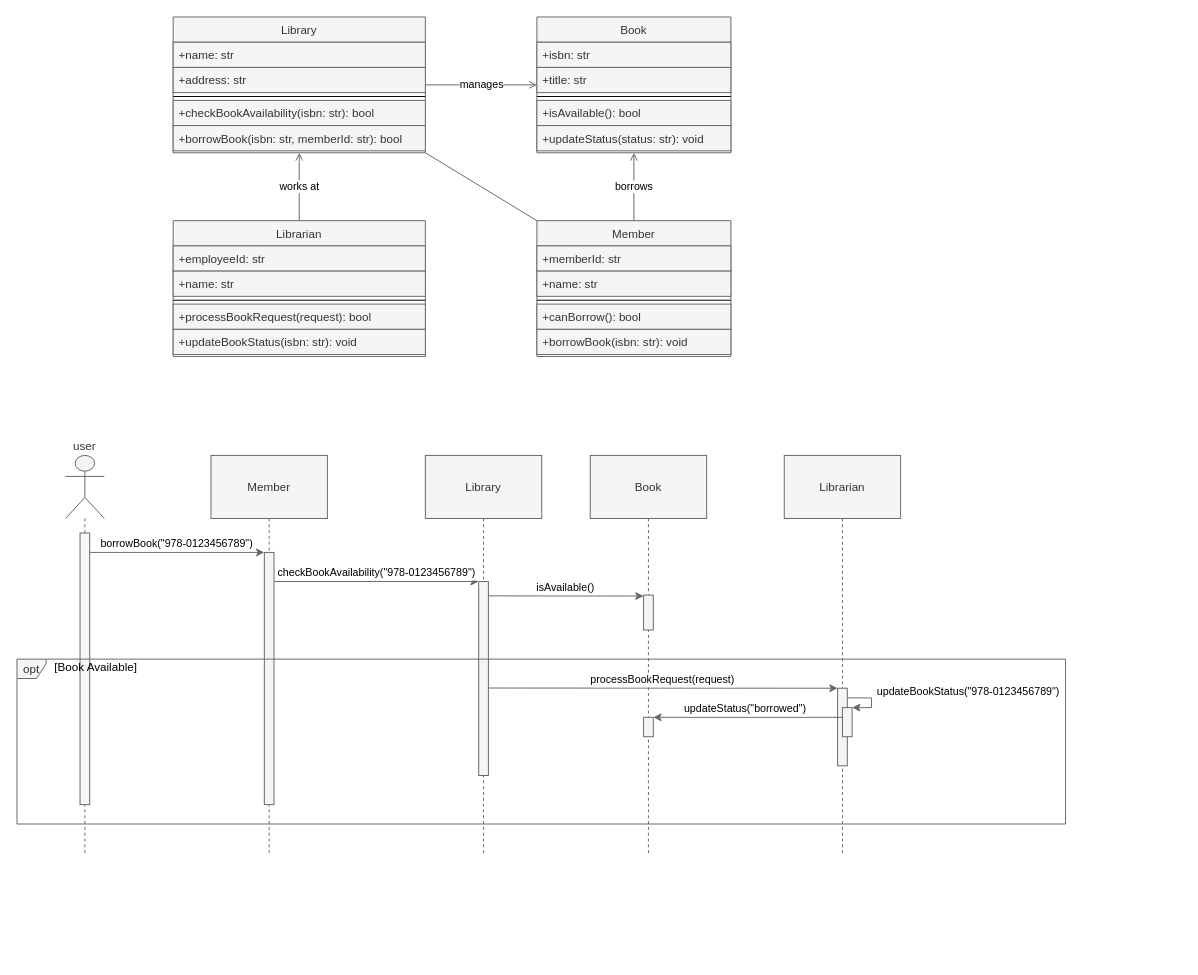
This is diagrams/examples/fragments_examples/opt_02.2.drawio from kkubinova/drawio_plugin, a draw.io file, before an edit. Source tidied: cells renumbered, new cells numbered last; positions are measured from the earlier drawing's top-left corner, leaving out a move shared by most shapes. Both pictures are drawn from the tidied source at 97%, with x=0, y=0 at pixel (16, 16).
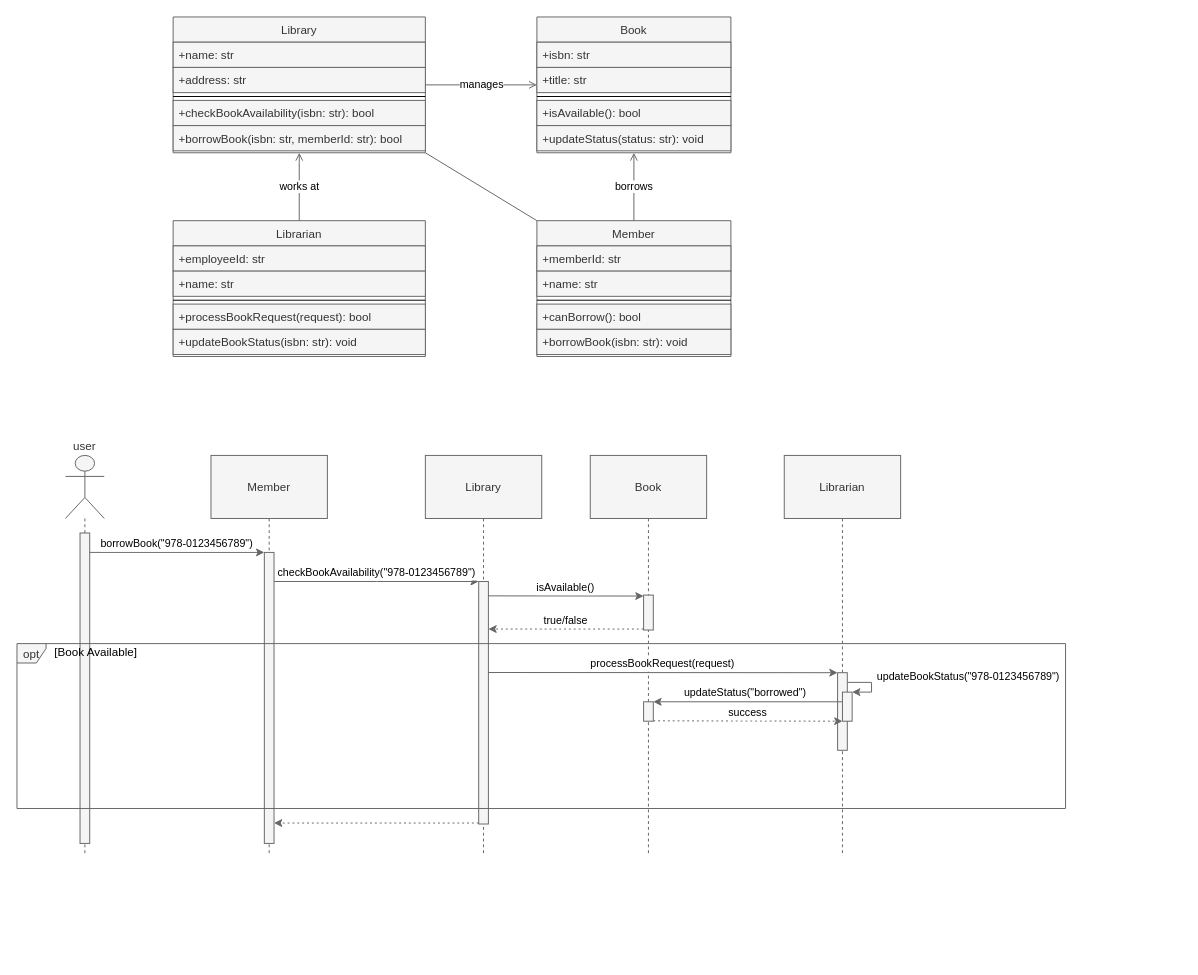
The same page after the edit.

Unchanged cells that the change refers to:
```xml
<mxCell id="39" style="points=[];perimeter=orthogonalPerimeter;outlineConnect=0;targetShapes=umlLifeline;portConstraint=eastwest;fillColor=#f5f5f5;fontColor=#333333;strokeColor=#666666;" parent="38" vertex="1">
  <mxGeometry x="55" y="144" width="10" height="36" as="geometry" />
</mxCell>
```

Change to the diagram source:
```diff
@@
     <mxCell id="31" style="group;fillColor=none;" parent="30" vertex="1">
-      <mxGeometry x="1" y="420" width="1080" height="550" as="geometry" />
+      <mxGeometry x="120" y="420" width="1080" height="550" as="geometry" />
     </mxCell>
     <mxCell id="32" value="user" style="shape=umlLifeline;perimeter=lifelinePerimeter;whiteSpace=wrap;participant=umlActor;verticalAlign=bottom;labelPosition=center;verticalLabelPosition=top;align=center;size=65;fillColor=#f5f5f5;fontColor=#333333;strokeColor=#666666;" parent="31" vertex="1">
-      <mxGeometry x="49" y="32" width="40" height="410" as="geometry" />
+      <mxGeometry x="-70" y="32" width="40" height="410" as="geometry" />
     </mxCell>
     <mxCell id="33" style="perimeter=orthogonalPerimeter;targetShapes=umlLifeline;fillColor=#f5f5f5;fontColor=#333333;strokeColor=#666666;" parent="32" vertex="1">
-      <mxGeometry x="15" y="80" width="10" height="280" as="geometry" />
+      <mxGeometry x="15" y="80" width="10" height="320" as="geometry" />
     </mxCell>
     <mxCell id="34" value="Member" style="shape=umlLifeline;perimeter=lifelinePerimeter;whiteSpace=wrap;size=65;fillColor=#f5f5f5;fontColor=#333333;strokeColor=#666666;" parent="31" vertex="1">
-      <mxGeometry x="199" y="32" width="120" height="410" as="geometry" />
+      <mxGeometry x="80" y="32" width="120" height="410" as="geometry" />
     </mxCell>
     <mxCell id="35" style="perimeter=orthogonalPerimeter;targetShapes=umlLifeline;fillColor=#f5f5f5;fontColor=#333333;strokeColor=#666666;" parent="34" vertex="1">
-      <mxGeometry x="55" y="100" width="10" height="260" as="geometry" />
+      <mxGeometry x="55" y="100" width="10" height="300" as="geometry" />
     </mxCell>
     <mxCell id="36" value="Library" style="shape=umlLifeline;perimeter=lifelinePerimeter;whiteSpace=wrap;size=65;fillColor=#f5f5f5;fontColor=#333333;strokeColor=#666666;" parent="31" vertex="1">
-      <mxGeometry x="420" y="32" width="120" height="410" as="geometry" />
+      <mxGeometry x="301" y="32" width="120" height="410" as="geometry" />
     </mxCell>
     <mxCell id="37" style="points=[];perimeter=orthogonalPerimeter;outlineConnect=0;targetShapes=umlLifeline;portConstraint=eastwest;fillColor=#f5f5f5;fontColor=#333333;strokeColor=#666666;" parent="36" vertex="1">
-      <mxGeometry x="55" y="130" width="10" height="200" as="geometry" />
+      <mxGeometry x="55" y="130" width="10" height="250" as="geometry" />
     </mxCell>
     <mxCell id="38" value="Book" style="shape=umlLifeline;perimeter=lifelinePerimeter;whiteSpace=wrap;size=65;fillColor=#f5f5f5;fontColor=#333333;strokeColor=#666666;" parent="31" vertex="1">
-      <mxGeometry x="590" y="32" width="120" height="410" as="geometry" />
+      <mxGeometry x="471" y="32" width="120" height="410" as="geometry" />
     </mxCell>
@@
     <mxCell id="40" value="Librarian" style="shape=umlLifeline;perimeter=lifelinePerimeter;whiteSpace=wrap;size=65;fillColor=#f5f5f5;fontColor=#333333;strokeColor=#666666;" parent="31" vertex="1">
-      <mxGeometry x="790" y="32" width="120" height="410" as="geometry" />
+      <mxGeometry x="671" y="32" width="120" height="410" as="geometry" />
     </mxCell>
     <mxCell id="41" value="borrowBook(&quot;978-0123456789&quot;)" style="verticalAlign=bottom;edgeStyle=elbowEdgeStyle;elbow=vertical;curved=0;rounded=0;endArrow=classic;fillColor=#f5f5f5;strokeColor=#666666;endFill=1;" parent="31" edge="1">
       <mxGeometry relative="1" as="geometry">
-        <mxPoint x="74" y="132" as="sourcePoint" />
-        <mxPoint x="254" y="132" as="targetPoint" />
+        <mxPoint x="-45" y="132" as="sourcePoint" />
+        <mxPoint x="135" y="132" as="targetPoint" />
       </mxGeometry>
     </mxCell>
     <mxCell id="42" value="checkBookAvailability(&quot;978-0123456789&quot;)" style="verticalAlign=bottom;edgeStyle=elbowEdgeStyle;elbow=vertical;curved=0;rounded=0;endArrow=classic;fillColor=#f5f5f5;strokeColor=#666666;endFill=1;" parent="31" edge="1" target="37">
       <mxGeometry relative="1" as="geometry">
-        <mxPoint x="264" y="162" as="sourcePoint" />
+        <mxPoint x="145" y="162" as="sourcePoint" />
       </mxGeometry>
     </mxCell>
     <mxCell id="43" value="isAvailable()" style="verticalAlign=bottom;edgeStyle=elbowEdgeStyle;elbow=vertical;curved=0;rounded=0;endArrow=classic;fillColor=#f5f5f5;strokeColor=#666666;endFill=1;" parent="31" edge="1" target="39">
       <mxGeometry relative="1" as="geometry">
-        <mxPoint x="485" y="176.8" as="sourcePoint" />
+        <mxPoint x="366" y="176.8" as="sourcePoint" />
       </mxGeometry>
     </mxCell>
+    <mxCell id="53" value="true/false" style="verticalAlign=bottom;edgeStyle=elbowEdgeStyle;elbow=vertical;curved=0;rounded=0;dashed=1;dashPattern=2 3;endArrow=classic;fillColor=#f5f5f5;strokeColor=#666666;endFill=1;" parent="31" edge="1" source="39">
+      <mxGeometry relative="1" as="geometry">
+        <mxPoint x="366" y="211.3" as="targetPoint" />
+      </mxGeometry>
+    </mxCell>
     <mxCell id="44" value="processBookRequest(request)" style="verticalAlign=bottom;edgeStyle=elbowEdgeStyle;elbow=vertical;curved=0;rounded=0;endArrow=classic;fillColor=#f5f5f5;strokeColor=#666666;endFill=1;" parent="31" edge="1" target="48">
       <mxGeometry relative="1" as="geometry">
-        <mxPoint x="485" y="271.8" as="sourcePoint" />
+        <mxPoint x="366" y="255.8" as="sourcePoint" />
       </mxGeometry>
     </mxCell>
     <mxCell id="45" value="updateBookStatus(&quot;978-0123456789&quot;)" style="verticalAlign=bottom;edgeStyle=elbowEdgeStyle;rounded=0;endArrow=classic;fillColor=#f5f5f5;strokeColor=#666666;endFill=1;" parent="31" edge="1" target="50">
       <mxGeometry y="100" relative="1" as="geometry">
-        <mxPoint x="855" y="282" as="sourcePoint" />
+        <mxPoint x="736" y="266" as="sourcePoint" />
         <Array as="points">
-          <mxPoint x="880" y="292" />
-          <mxPoint x="880" y="302" />
-          <mxPoint x="870" y="302" />
+          <mxPoint x="761" y="276" />
+          <mxPoint x="761" y="286" />
+          <mxPoint x="751" y="286" />
         </Array>
       </mxGeometry>
     </mxCell>
     <mxCell id="46" value="opt" style="shape=umlFrame;strokeColor=#666666;height=20;width=30;fillColor=#f5f5f5;fontColor=#333333;" parent="31" vertex="1">
-      <mxGeometry x="-1" y="242" width="1081" height="170" as="geometry" />
+      <mxGeometry x="-120" y="226" width="1081" height="170" as="geometry" />
     </mxCell>
@@
     <mxCell id="48" style="points=[];perimeter=orthogonalPerimeter;outlineConnect=0;targetShapes=umlLifeline;portConstraint=eastwest;fillColor=#f5f5f5;fontColor=#333333;strokeColor=#666666;" parent="31" vertex="1">
-      <mxGeometry x="845" y="272" width="10" height="80" as="geometry" />
+      <mxGeometry x="726" y="256" width="10" height="80" as="geometry" />
     </mxCell>
     <mxCell id="49" style="perimeter=orthogonalPerimeter;targetShapes=umlLifeline;fillColor=#f5f5f5;fontColor=#333333;strokeColor=#666666;" parent="31" vertex="1">
-      <mxGeometry x="645" y="302" width="10" height="20" as="geometry" />
+      <mxGeometry x="526" y="286" width="10" height="20" as="geometry" />
     </mxCell>
     <mxCell id="50" style="points=[];perimeter=orthogonalPerimeter;outlineConnect=0;targetShapes=umlLifeline;portConstraint=eastwest;fillColor=#f5f5f5;fontColor=#333333;strokeColor=#666666;" parent="31" vertex="1">
-      <mxGeometry x="850" y="292" width="10" height="30" as="geometry" />
+      <mxGeometry x="731" y="276" width="10" height="30" as="geometry" />
     </mxCell>
     <mxCell id="51" value="updateStatus(&quot;borrowed&quot;)" style="verticalAlign=bottom;edgeStyle=elbowEdgeStyle;elbow=vertical;curved=0;rounded=0;endArrow=classic;fillColor=#f5f5f5;strokeColor=#666666;endFill=1;" parent="31" edge="1">
       <mxGeometry x="0.03" relative="1" as="geometry">
-        <mxPoint x="850" y="302" as="sourcePoint" />
-        <mxPoint x="655" y="302" as="targetPoint" />
+        <mxPoint x="731" y="286" as="sourcePoint" />
+        <mxPoint x="536" y="286" as="targetPoint" />
         <Array as="points">
-          <mxPoint x="760" y="302" />
-          <mxPoint x="690" y="347" />
+          <mxPoint x="641" y="286" />
+          <mxPoint x="571" y="331" />
         </Array>
       </mxGeometry>
     </mxCell>
-    <mxCell id="52" style="rounded=0;orthogonalLoop=1;jettySize=auto;html=1;endArrow=none;endFill=0;strokeColor=#666666;exitX=1;exitY=1;exitDx=0;exitDy=0;entryX=0;entryY=0;entryDx=0;entryDy=0;startArrow=none;startFill=0;" parent="30" edge="1">
-      <mxGeometry relative="1" as="geometry">
-        <mxPoint x="421" y="140" as="sourcePoint" />
-        <mxPoint x="536" y="210" as="targetPoint" />
-      </mxGeometry>
-    </mxCell>
+    <mxCell id="54" value="success" style="verticalAlign=bottom;edgeStyle=elbowEdgeStyle;elbow=vertical;curved=0;rounded=0;dashed=1;dashPattern=2 3;endArrow=classic;fillColor=#f5f5f5;strokeColor=#666666;endFill=1;" parent="31" edge="1">
+      <mxGeometry relative="1" as="geometry">
+        <mxPoint x="536" y="305.6" as="sourcePoint" />
+        <mxPoint x="731" y="305.6" as="targetPoint" />
+      </mxGeometry>
+    </mxCell>
+    <mxCell id="55" style="verticalAlign=bottom;edgeStyle=elbowEdgeStyle;elbow=vertical;curved=0;rounded=0;dashed=1;dashPattern=2 3;endArrow=classic;fillColor=#f5f5f5;strokeColor=#666666;endFill=1;" parent="31" edge="1">
+      <mxGeometry relative="1" as="geometry">
+        <mxPoint x="356" y="411" as="sourcePoint" />
+        <mxPoint x="145" y="411.1" as="targetPoint" />
+      </mxGeometry>
+    </mxCell>
+    <mxCell id="56" style="rounded=0;orthogonalLoop=1;jettySize=auto;html=1;endArrow=none;endFill=0;strokeColor=#666666;exitX=1;exitY=1;exitDx=0;exitDy=0;entryX=0;entryY=0;entryDx=0;entryDy=0;startArrow=none;startFill=0;" parent="30" edge="1">
+      <mxGeometry relative="1" as="geometry">
+        <mxPoint x="421" y="140" as="sourcePoint" />
+        <mxPoint x="536" y="210" as="targetPoint" />
+      </mxGeometry>
+    </mxCell>
```
